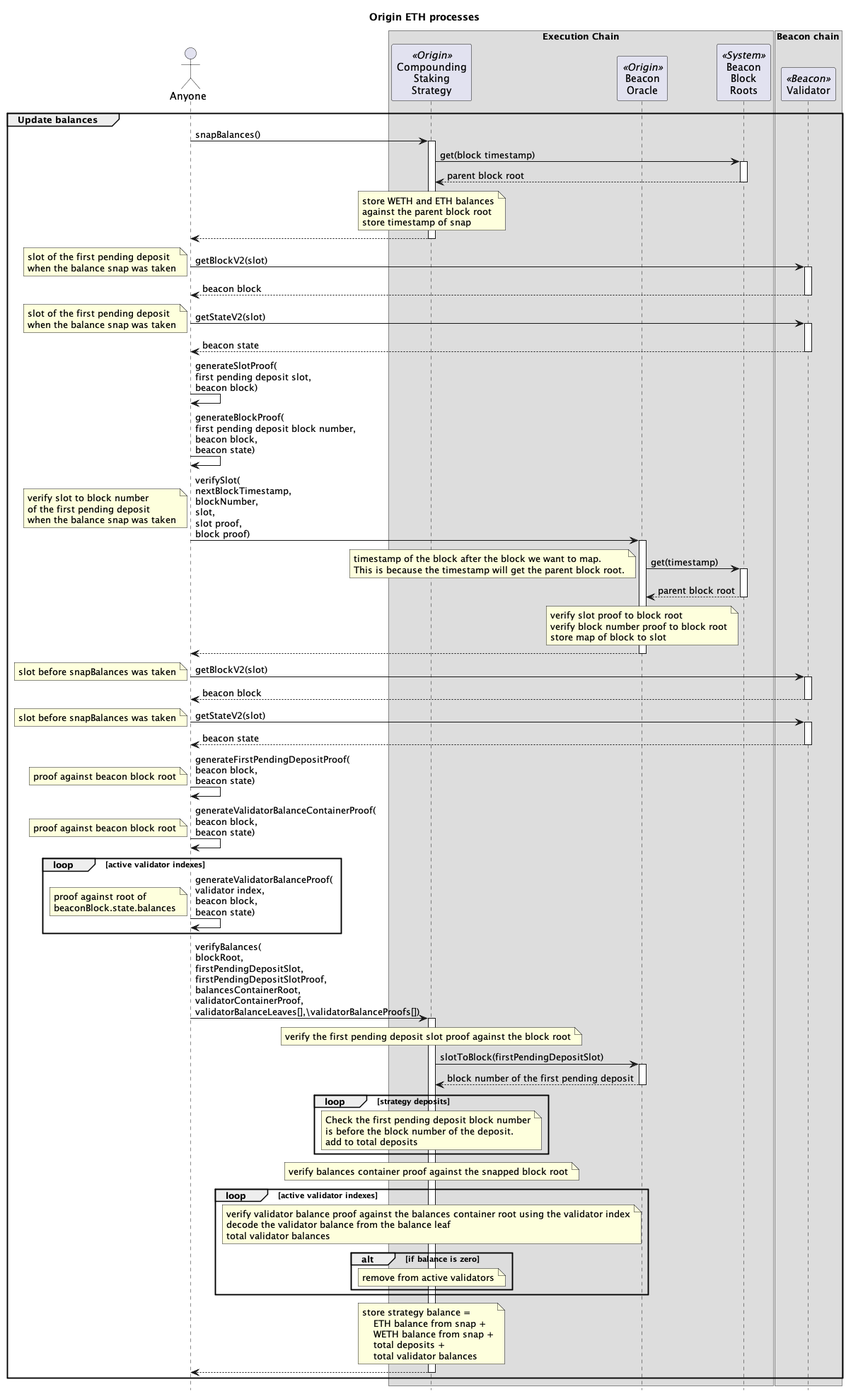
Above: contracts/docs/plantuml/oethProcesses-verify-balances.png in OriginProtocol/origin-dollar (PlantUML), before the change.
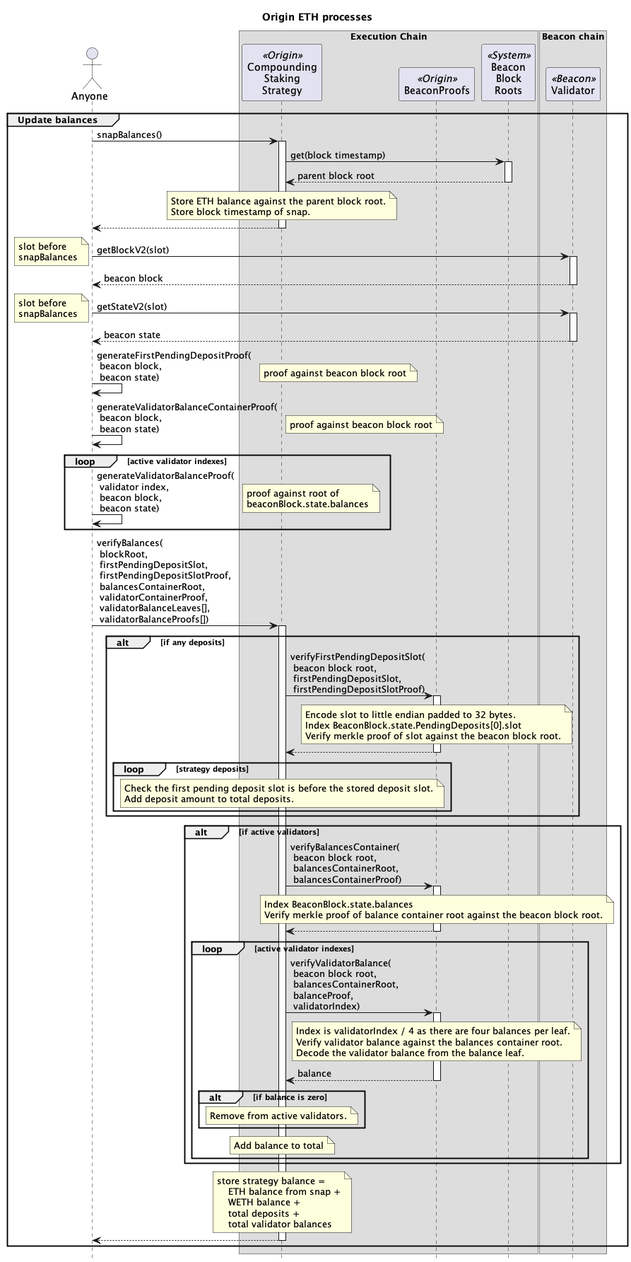
Above is the later version.

What changed in the source:
```diff
@@ -9,13 +9,14 @@
 
 box "Execution Chain"
 participant "Compounding\nStaking\nStrategy" as compStrat <<Origin>>
-participant "Beacon\nOracle" as bo <<Origin>>
+participant "BeaconProofs" as proofs <<Origin>>
 participant "Beacon\nBlock\nRoots" as roots <<System>>
 end box
 
 box "Beacon chain"
 participant "Validator" as val <<Beacon>>
 end box
+
 
 
 
@@ -93,100 +94,87 @@
 activate roots
 return parent block root
 note over compStrat
-store WETH and ETH balances
-against the parent block root
-store timestamp of snap
+Store ETH balance against the parent block root.
+Store block timestamp of snap.
 end note
 return
 
 sender -> val : getBlockV2(slot)
-note left : slot of the first pending deposit\nwhen the balance snap was taken
+note left : slot before\nsnapBalances
 activate val
 return beacon block
 
 sender -> val : getStateV2(slot)
-note left : slot of the first pending deposit\nwhen the balance snap was taken
+note left : slot before\nsnapBalances
 activate val
 return beacon state
 
-sender -> sender : generateSlotProof(\nfirst pending deposit slot,\nbeacon block)
-sender -> sender : generateBlockProof(\nfirst pending deposit block number,\nbeacon block,\nbeacon state)
-
-sender -> bo : verifySlot(\nnextBlockTimestamp,\nblockNumber,\nslot,\nslot proof,\nblock proof)
-note left : verify slot to block number\nof the first pending deposit\nwhen the balance snap was taken
-activate bo
-bo -> roots : get(timestamp)
-note left
-timestamp of the block after the block we want to map.
-This is because the timestamp will get the parent block root.
-end note
-activate roots
-return parent block root
-note over bo
-verify slot proof to block root
-verify block number proof to block root
-store map of block to slot
-end note
-return
-
-sender -> val : getBlockV2(slot)
-note left : slot before snapBalances was taken
-activate val
-return beacon block
-
-sender -> val : getStateV2(slot)
-note left : slot before snapBalances was taken
-activate val
-return beacon state
-
-sender -> sender : generateFirstPendingDepositProof(\nbeacon block,\nbeacon state)
-note left : proof against beacon block root
-sender -> sender : generateValidatorBalanceContainerProof(\nbeacon block,\nbeacon state)
-note left : proof against beacon block root
+sender -> sender : generateFirstPendingDepositProof(\n beacon block,\n beacon state)
+note right : proof against beacon block root
+sender -> sender : generateValidatorBalanceContainerProof(\n beacon block,\n beacon state)
+note right : proof against beacon block root
 loop active validator indexes
-sender -> sender : generateValidatorBalanceProof(\nvalidator index,\nbeacon block,\nbeacon state)
-note left: proof against root of\nbeaconBlock.state.balances
+sender -> sender : generateValidatorBalanceProof(\n validator index,\n beacon block,\n beacon state)
+note right: proof against root of\nbeaconBlock.state.balances
 end
 
-sender -> compStrat : verifyBalances(\nblockRoot,\nfirstPendingDepositSlot,\nfirstPendingDepositSlotProof,\nbalancesContainerRoot,\nvalidatorContainerProof,\nvalidatorBalanceLeaves[],\validatorBalanceProofs[])
+sender -> compStrat : verifyBalances(\n blockRoot,\n firstPendingDepositSlot,\n firstPendingDepositSlotProof,\n balancesContainerRoot,\n validatorContainerProof,\n validatorBalanceLeaves[],\n validatorBalanceProofs[])
 activate compStrat
 
-note over compStrat
-    verify the first pending deposit slot proof against the block root
-end note
+alt if any deposits
+    compStrat -> proofs : verifyFirstPendingDepositSlot(\n beacon block root,\n firstPendingDepositSlot,\n firstPendingDepositSlotProof)
+    activate proofs
+    note over proofs
+    Encode slot to little endian padded to 32 bytes.
+    Index BeaconBlock.state.PendingDeposits[0].slot
+    Verify merkle proof of slot against the beacon block root.
+    end note
+    return
 
-compStrat -> bo : slotToBlock(firstPendingDepositSlot)
-activate bo
-return block number of the first pending deposit
+    loop strategy deposits
+    note over compStrat
+    Check the first pending deposit slot is before the stored deposit slot.
+    Add deposit amount to total deposits.
+    end note
+    end
+end
 
-loop strategy deposits
-note over compStrat
-Check the first pending deposit block number
-is before the block number of the deposit.
-add to total deposits
-end note
+alt if active validators
+    compStrat -> proofs : verifyBalancesContainer(\n beacon block root,\n balancesContainerRoot,\n balancesContainerProof)
+    activate proofs
+    note over proofs
+    Index BeaconBlock.state.balances
+    Verify merkle proof of balance container root against the beacon block root.
+    end note
+    return
+
+    loop active validator indexes
+
+        compStrat -> proofs : verifyValidatorBalance(\n beacon block root,\n balancesContainerRoot,\n balanceProof,\n validatorIndex)
+        activate proofs
+        note over proofs
+        Index is validatorIndex / 4 as there are four balances per leaf.
+        Verify validator balance against the balances container root.
+        Decode the validator balance from the balance leaf.
+        end note
+        return balance
+
+        alt if balance is zero
+            note over compStrat
+                Remove from active validators.
+            end note
+        end
+
+        note over compStrat
+            Add balance to total
+        end note
+    end
 end
 
 note over compStrat
-    verify balances container proof against the snapped block root
-end note
-
-loop active validator indexes
-    note over compStrat
-        verify validator balance proof against the balances container root using the validator index
-        decode the validator balance from the balance leaf
-        total validator balances
-    end note
-    alt if balance is zero
-        note over compStrat
-            remove from active validators
-        end note
-    end
-end
-note over compStrat
     store strategy balance =
         ETH balance from snap +
-        WETH balance from snap +
+        WETH balance +
         total deposits +
         total validator balances
 end note
@@ -235,20 +223,4 @@
 
 
 
-
-
-
-
-
-
-
-
-
-
-
-
-
-
-
-
 @enduml
```
